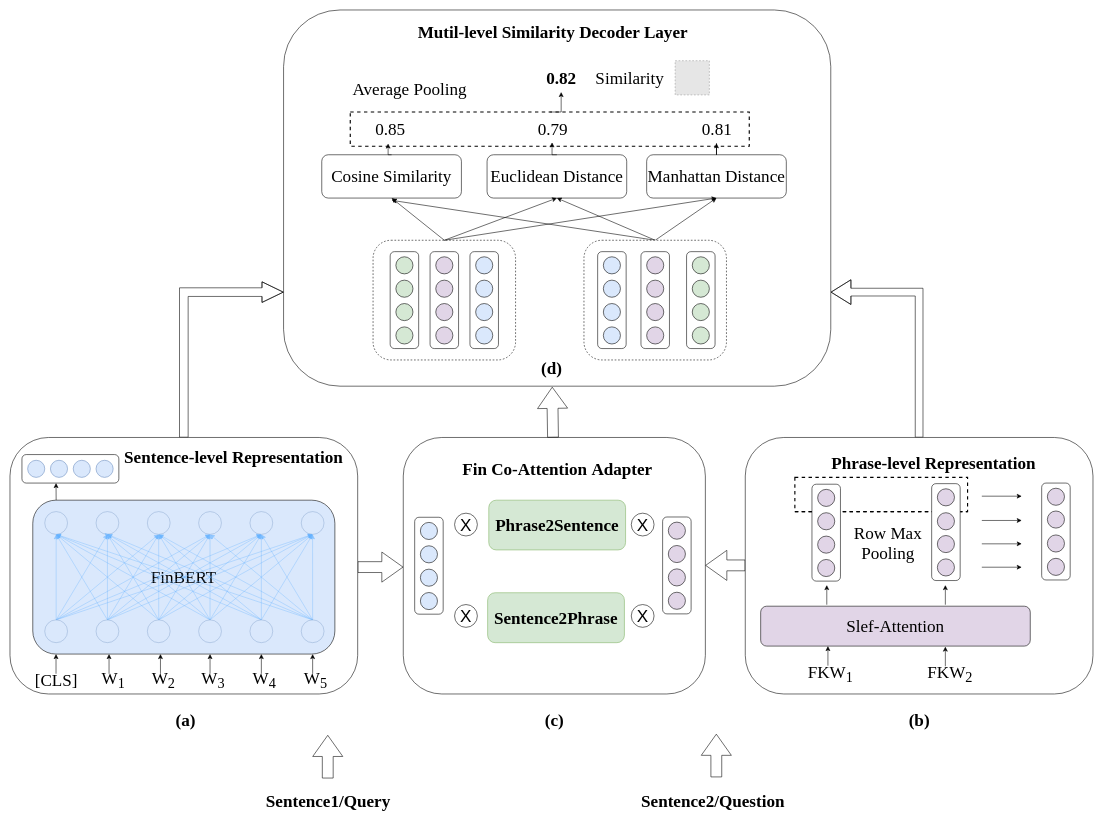
Before: text_match/FinKeNet.drawio in lengyueit/paper_pic, a draw.io diagram. Source tidied: cells renumbered, new cells numbered last; positions are measured from the earlier drawing's top-left corner, leaving out a move shared by most shapes. Both pictures are drawn from the tidied source at 57%, with x=0, y=0 at pixel (10, 10). Pictures stored in the file or linked from it are replaced by grey dashed boxes.
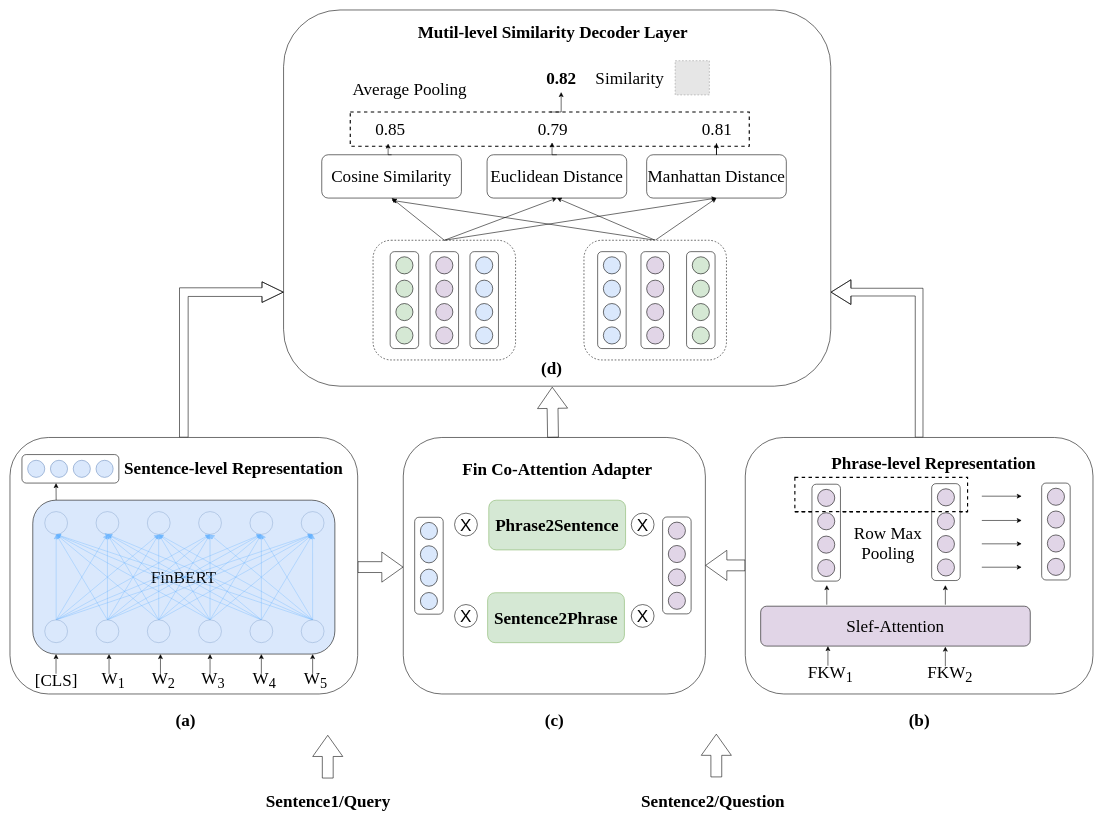
Above is the later version.

Diff of the diagram source:
```diff
@@
     <mxCell id="69" value="&lt;font style=&quot;font-size: 30px;&quot; face=&quot;Times New Roman&quot;&gt;&lt;b&gt;Sentence-level Representation&lt;/b&gt;&lt;/font&gt;" style="text;html=1;align=center;verticalAlign=middle;strokeColor=none;fillColor=none;" parent="1" vertex="1">
-      <mxGeometry x="187" y="760" width="410" height="50" as="geometry" />
+      <mxGeometry x="187" y="779" width="410" height="50" as="geometry" />
     </mxCell>
@@
+    <mxCell id="194" style="endArrow=none;dashed=1;html=1;rounded=0;strokeWidth=2;" parent="1" edge="1">
+      <mxGeometry relative="1" as="geometry">
+        <mxPoint x="1377" y="880" as="sourcePoint" />
+        <mxPoint x="1680" y="880" as="targetPoint" />
+      </mxGeometry>
+    </mxCell>
```
